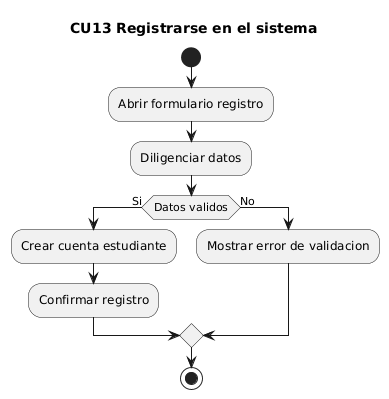
maranavard/SISTEMA-COMPUTACIONAL-PARA-LA-GESTION-Y-CONTROL-DE-ACCESO-DE-AUTOMOVILES-M-DULO-WEB keeps this PlantUML diagram as docs/uml/render/actividades_cu/CU13_actividad_registrarse.png. Above is the earlier version. Source of this version:
```plantuml
@startuml
title CU13 Registrarse en el sistema
start
:Abrir formulario registro;
:Diligenciar datos;
if (Datos validos) then (Si)
  :Crear cuenta estudiante;
  :Confirmar registro;
else (No)
  :Mostrar error de validacion;
endif
stop
@enduml
```
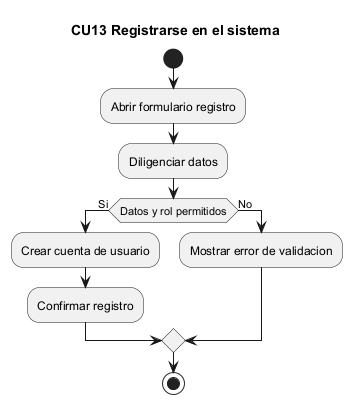
After the change.

The edit, as a diff of the source:
```diff
@@ -1,10 +1,10 @@
-@startuml
+@startuml CU13_actividad_registrarse
 title CU13 Registrarse en el sistema
 start
 :Abrir formulario registro;
 :Diligenciar datos;
-if (Datos validos) then (Si)
-  :Crear cuenta estudiante;
+if (Datos y rol permitidos) then (Si)
+  :Crear cuenta de usuario;
   :Confirmar registro;
 else (No)
   :Mostrar error de validacion;
```
